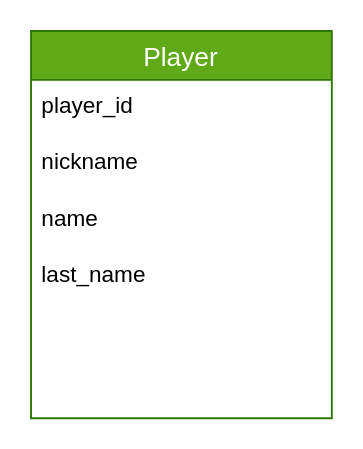
Above: soccer_model.drawio in r3card0/soccer.stats (draw.io), before the change. Source tidied: cells renumbered, new cells numbered last; positions are measured from the earlier drawing's top-left corner, leaving out a move shared by most shapes. Both pictures are drawn from the tidied source at 188%, with x=0, y=0 at pixel (30, 30).
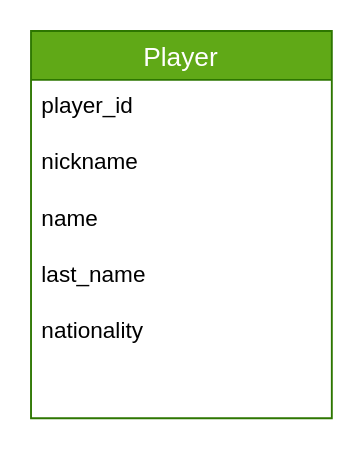
After the change.

Commit message:
fixed players table name

The edit, as a diff of the source:
```diff
@@
 <mxGraphModel>
   <root>
     <mxCell id="0" />
     <mxCell id="1" parent="0" />
     <mxCell id="2" value="Player" style="swimlane;fontStyle=0;horizontal=1;startSize=26;align=center;fontSize=14;fillColor=#60a917;fontColor=#ffffff;strokeColor=#2D7600;" parent="1" vertex="1">
       <mxGeometry width="160" height="206" as="geometry" />
     </mxCell>
     <mxCell id="3" value="player_id" style="text;strokeColor=none;fillColor=none;spacingLeft=4;spacingRight=4;overflow=hidden;fontSize=12;" parent="2" vertex="1">
       <mxGeometry y="26" width="160" height="30" as="geometry" />
     </mxCell>
     <mxCell id="4" value="nickname" style="text;strokeColor=none;fillColor=none;spacingLeft=4;spacingRight=4;overflow=hidden;fontSize=12;" parent="2" vertex="1">
       <mxGeometry y="56" width="160" height="30" as="geometry" />
     </mxCell>
     <mxCell id="5" value="name" style="text;strokeColor=none;fillColor=none;spacingLeft=4;spacingRight=4;overflow=hidden;fontSize=12;" parent="2" vertex="1">
       <mxGeometry y="86" width="160" height="30" as="geometry" />
     </mxCell>
     <mxCell id="6" value="last_name" style="text;strokeColor=none;fillColor=none;spacingLeft=4;spacingRight=4;overflow=hidden;fontSize=12;" parent="2" vertex="1">
       <mxGeometry y="116" width="160" height="30" as="geometry" />
     </mxCell>
-    <mxCell id="7" style="text;strokeColor=none;fillColor=none;spacingLeft=4;spacingRight=4;overflow=hidden;fontSize=12;" parent="2" vertex="1">
+    <mxCell id="7" value="nationality" style="text;strokeColor=none;fillColor=none;spacingLeft=4;spacingRight=4;overflow=hidden;fontSize=12;" parent="2" vertex="1">
       <mxGeometry y="146" width="160" height="30" as="geometry" />
     </mxCell>
     <mxCell id="8" style="text;strokeColor=none;fillColor=none;spacingLeft=4;spacingRight=4;overflow=hidden;fontSize=12;" parent="2" vertex="1">
       <mxGeometry y="176" width="160" height="30" as="geometry" />
     </mxCell>
   </root>
 </mxGraphModel>
```
